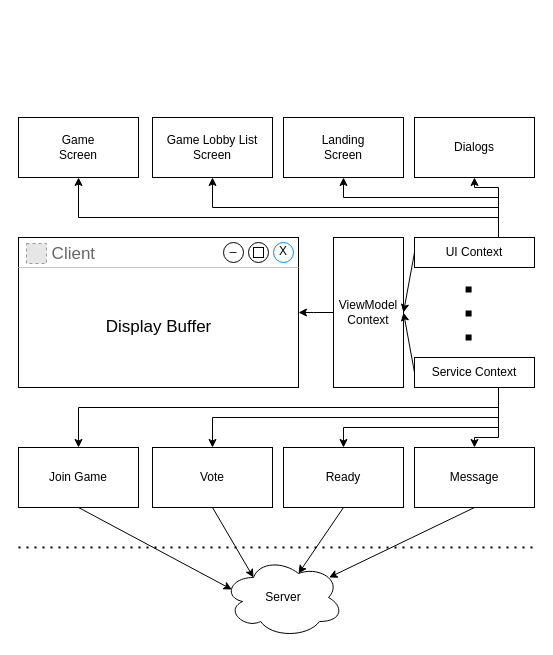
Before: Documentation/Drawio/ClientArchitecture.drawio in GeorgeVelikov/RLereWolf, a draw.io diagram. Source tidied: cells renumbered, new cells numbered last; positions are measured from the earlier drawing's top-left corner, leaving out a move shared by most shapes. Both pictures are drawn from the tidied source at 100%, with x=0, y=0 at pixel (18, 117). Pictures stored in the file or linked from it are replaced by grey dashed boxes.
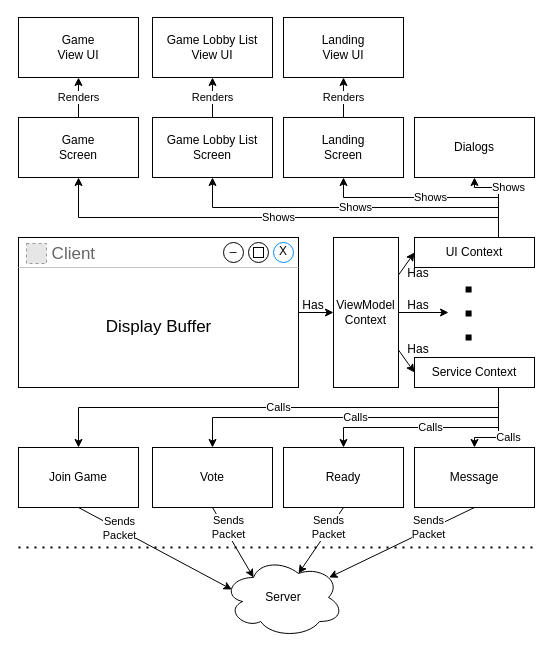
Above is the later version.

Commit message (it also covers changes not shown here):
Update client architecture with view rendering

The change refers to these unchanged cells:
```xml
<mxCell id="2" value="&amp;nbsp; &amp;nbsp; &amp;nbsp;Client" style="strokeWidth=1;shadow=0;dashed=0;align=center;html=1;shape=mxgraph.mockup.containers.window;align=left;verticalAlign=top;spacingLeft=8;strokeColor2=#008cff;strokeColor3=#c4c4c4;fontColor=#666666;mainText=;fontSize=17;labelBackgroundColor=none;" parent="1" vertex="1">
  <mxGeometry y="120" width="280" height="150" as="geometry" />
</mxCell>
<mxCell id="5" value="Landing&lt;br&gt;Screen" style="rounded=0;whiteSpace=wrap;html=1;" parent="1" vertex="1">
  <mxGeometry x="265" width="120" height="60" as="geometry" />
</mxCell>
<mxCell id="6" value="Game Lobby List Screen" style="rounded=0;whiteSpace=wrap;html=1;" parent="1" vertex="1">
  <mxGeometry x="134" width="120" height="60" as="geometry" />
</mxCell>
<mxCell id="7" value="Game&lt;br&gt;Screen" style="rounded=0;whiteSpace=wrap;html=1;" parent="1" vertex="1">
  <mxGeometry width="120" height="60" as="geometry" />
</mxCell>
<mxCell id="14" value="UI Context" style="rounded=0;whiteSpace=wrap;html=1;" parent="1" vertex="1">
  <mxGeometry x="396" y="120" width="120" height="30" as="geometry" />
</mxCell>
<mxCell id="19" value="Service Context" style="rounded=0;whiteSpace=wrap;html=1;" parent="1" vertex="1">
  <mxGeometry x="396" y="240" width="120" height="30" as="geometry" />
</mxCell>
<mxCell id="22" value="Dialogs" style="rounded=0;whiteSpace=wrap;html=1;" parent="1" vertex="1">
  <mxGeometry x="396" width="120" height="60" as="geometry" />
</mxCell>
<mxCell id="23" value="Join Game" style="rounded=0;whiteSpace=wrap;html=1;" parent="1" vertex="1">
  <mxGeometry y="330" width="120" height="60" as="geometry" />
</mxCell>
<mxCell id="24" value="Vote" style="rounded=0;whiteSpace=wrap;html=1;" parent="1" vertex="1">
  <mxGeometry x="134" y="330" width="120" height="60" as="geometry" />
</mxCell>
<mxCell id="25" value="Ready" style="rounded=0;whiteSpace=wrap;html=1;" parent="1" vertex="1">
  <mxGeometry x="265" y="330" width="120" height="60" as="geometry" />
</mxCell>
<mxCell id="26" value="Message" style="rounded=0;whiteSpace=wrap;html=1;" parent="1" vertex="1">
  <mxGeometry x="396" y="330" width="120" height="60" as="geometry" />
</mxCell>
<mxCell id="30" value="Server" style="ellipse;shape=cloud;whiteSpace=wrap;html=1;" parent="1" vertex="1">
  <mxGeometry x="205" y="440" width="120" height="80" as="geometry" />
</mxCell>
```

Change to the diagram source:
```diff
@@
+    <mxCell id="37" style="edgeStyle=orthogonalEdgeStyle;rounded=0;jettySize=auto;html=1;entryX=0;entryY=0.5;entryDx=0;entryDy=0;strokeWidth=1;" parent="1" edge="1" source="2" target="9">
+      <mxGeometry relative="1" as="geometry" />
+    </mxCell>
@@
+    <mxCell id="38" value="Renders" style="edgeStyle=orthogonalEdgeStyle;rounded=0;jettySize=auto;html=1;strokeWidth=1;" parent="1" edge="1" source="5" target="44">
+      <mxGeometry relative="1" as="geometry" />
+    </mxCell>
@@
+    <mxCell id="39" value="Renders" style="edgeStyle=orthogonalEdgeStyle;rounded=0;jettySize=auto;html=1;strokeWidth=1;" parent="1" edge="1" source="6" target="43">
+      <mxGeometry relative="1" as="geometry" />
+    </mxCell>
@@
+    <mxCell id="40" value="Renders" style="edgeStyle=orthogonalEdgeStyle;rounded=0;jettySize=auto;html=1;strokeWidth=1;" parent="1" edge="1" source="7" target="42">
+      <mxGeometry relative="1" as="geometry" />
+    </mxCell>
@@
-    <mxCell id="8" style="edgeStyle=orthogonalEdgeStyle;rounded=0;jettySize=auto;html=1;" parent="1" edge="1" source="9">
-      <mxGeometry relative="1" as="geometry">
-        <mxPoint x="280" y="195" as="targetPoint" />
-      </mxGeometry>
-    </mxCell>
     <mxCell id="9" value="ViewModel&lt;br&gt;Context" style="rounded=0;whiteSpace=wrap;html=1;" parent="1" vertex="1">
-      <mxGeometry x="315" y="120" width="70" height="150" as="geometry" />
+      <mxGeometry x="315" y="120" width="65" height="150" as="geometry" />
     </mxCell>
-    <mxCell id="10" style="edgeStyle=orthogonalEdgeStyle;rounded=0;jettySize=auto;html=1;entryX=0.5;entryY=1;entryDx=0;entryDy=0;" parent="1" edge="1" source="14" target="5">
+    <mxCell id="10" value="Shows" style="edgeStyle=orthogonalEdgeStyle;rounded=0;jettySize=auto;html=1;entryX=0.5;entryY=1;entryDx=0;entryDy=0;" parent="1" edge="1" source="14" target="5">
       <mxGeometry relative="1" as="geometry">
         <Array as="points">
           <mxPoint x="480" y="80" />
           <mxPoint x="325" y="80" />
         </Array>
       </mxGeometry>
     </mxCell>
-    <mxCell id="11" style="edgeStyle=orthogonalEdgeStyle;rounded=0;jettySize=auto;html=1;entryX=0.5;entryY=1;entryDx=0;entryDy=0;" parent="1" edge="1" source="14" target="6">
+    <mxCell id="11" value="Shows" style="edgeStyle=orthogonalEdgeStyle;rounded=0;jettySize=auto;html=1;entryX=0.5;entryY=1;entryDx=0;entryDy=0;" parent="1" edge="1" source="14" target="6">
       <mxGeometry relative="1" as="geometry">
         <Array as="points">
           <mxPoint x="480" y="90" />
           <mxPoint x="194" y="90" />
         </Array>
       </mxGeometry>
     </mxCell>
-    <mxCell id="12" style="edgeStyle=orthogonalEdgeStyle;rounded=0;jettySize=auto;html=1;entryX=0.5;entryY=1;entryDx=0;entryDy=0;" parent="1" edge="1" source="14" target="7">
+    <mxCell id="12" value="Shows" style="edgeStyle=orthogonalEdgeStyle;rounded=0;jettySize=auto;html=1;entryX=0.5;entryY=1;entryDx=0;entryDy=0;" parent="1" edge="1" source="14" target="7">
       <mxGeometry relative="1" as="geometry">
         <Array as="points">
           <mxPoint x="480" y="100" />
           <mxPoint x="60" y="100" />
         </Array>
       </mxGeometry>
     </mxCell>
-    <mxCell id="13" style="edgeStyle=orthogonalEdgeStyle;rounded=0;jettySize=auto;html=1;entryX=0.5;entryY=1;entryDx=0;entryDy=0;" parent="1" edge="1" source="14" target="22">
-      <mxGeometry relative="1" as="geometry">
+    <mxCell id="13" value="Shows" style="edgeStyle=orthogonalEdgeStyle;rounded=0;jettySize=auto;html=1;entryX=0.5;entryY=1;entryDx=0;entryDy=0;" parent="1" edge="1" source="14" target="22">
+      <mxGeometry x="0.19" y="-10" relative="1" as="geometry">
         <Array as="points">
           <mxPoint x="480" y="70" />
           <mxPoint x="456" y="70" />
         </Array>
+        <mxPoint x="10" y="10" as="offset" />
       </mxGeometry>
     </mxCell>
@@
-    <mxCell id="15" style="edgeStyle=orthogonalEdgeStyle;rounded=0;jettySize=auto;html=1;" parent="1" edge="1" source="19" target="23">
+    <mxCell id="15" value="Calls" style="edgeStyle=orthogonalEdgeStyle;rounded=0;jettySize=auto;html=1;" parent="1" edge="1" source="19" target="23">
       <mxGeometry relative="1" as="geometry">
         <Array as="points">
           <mxPoint x="480" y="290" />
           <mxPoint x="60" y="290" />
         </Array>
       </mxGeometry>
     </mxCell>
-    <mxCell id="16" style="edgeStyle=orthogonalEdgeStyle;rounded=0;jettySize=auto;html=1;" parent="1" edge="1" source="19" target="26">
-      <mxGeometry relative="1" as="geometry">
+    <mxCell id="16" value="Calls" style="edgeStyle=orthogonalEdgeStyle;rounded=0;jettySize=auto;html=1;" parent="1" edge="1" source="19" target="26">
+      <mxGeometry x="0.19" y="-10" relative="1" as="geometry">
         <Array as="points">
           <mxPoint x="480" y="320" />
           <mxPoint x="456" y="320" />
         </Array>
+        <mxPoint x="10" y="10" as="offset" />
       </mxGeometry>
     </mxCell>
-    <mxCell id="17" style="edgeStyle=orthogonalEdgeStyle;rounded=0;jettySize=auto;html=1;" parent="1" edge="1" source="19" target="25">
+    <mxCell id="17" value="Calls" style="edgeStyle=orthogonalEdgeStyle;rounded=0;jettySize=auto;html=1;" parent="1" edge="1" source="19" target="25">
       <mxGeometry relative="1" as="geometry">
         <Array as="points">
           <mxPoint x="480" y="310" />
           <mxPoint x="325" y="310" />
         </Array>
       </mxGeometry>
     </mxCell>
-    <mxCell id="18" style="edgeStyle=orthogonalEdgeStyle;rounded=0;jettySize=auto;html=1;entryX=0.5;entryY=0;entryDx=0;entryDy=0;" parent="1" edge="1" source="19" target="24">
+    <mxCell id="18" value="Calls" style="edgeStyle=orthogonalEdgeStyle;rounded=0;jettySize=auto;html=1;entryX=0.5;entryY=0;entryDx=0;entryDy=0;" parent="1" edge="1" source="19" target="24">
       <mxGeometry relative="1" as="geometry">
         <Array as="points">
           <mxPoint x="480" y="300" />
           <mxPoint x="194" y="300" />
         </Array>
       </mxGeometry>
     </mxCell>
@@
-    <mxCell id="20" style="endArrow=classic;html=1;exitX=0;exitY=0.5;exitDx=0;exitDy=0;entryX=1;entryY=0.5;entryDx=0;entryDy=0;" parent="1" edge="1" source="14" target="9">
-      <mxGeometry relative="1" as="geometry" />
-    </mxCell>
-    <mxCell id="21" style="endArrow=classic;html=1;exitX=0;exitY=0.5;exitDx=0;exitDy=0;entryX=1;entryY=0.5;entryDx=0;entryDy=0;" parent="1" edge="1" source="19" target="9">
-      <mxGeometry relative="1" as="geometry" />
-    </mxCell>
@@
     <mxCell id="31" style="endArrow=classic;html=1;exitX=0.5;exitY=1;exitDx=0;exitDy=0;entryX=0.07;entryY=0.4;entryDx=0;entryDy=0;entryPerimeter=0;" parent="1" edge="1" source="23" target="30">
-      <mxGeometry relative="1" as="geometry" />
+      <mxGeometry x="-0.53" y="-35" relative="1" as="geometry" />
     </mxCell>
+    <mxCell id="41" value="&lt;span style=&quot;font-family: &amp;#34;helvetica&amp;#34;&quot;&gt;Sends&lt;/span&gt;&lt;br style=&quot;font-family: &amp;#34;helvetica&amp;#34;&quot;&gt;&lt;span style=&quot;font-family: &amp;#34;helvetica&amp;#34;&quot;&gt;Packet&lt;/span&gt;" style="edgeLabel;html=1;align=center;verticalAlign=middle;" parent="31" vertex="1">
+      <mxGeometry x="-0.37" y="-1" relative="1" as="geometry">
+        <mxPoint x="-7.9" y="-6.7" as="offset" />
+      </mxGeometry>
+    </mxCell>
-    <mxCell id="32" style="endArrow=classic;html=1;exitX=0.5;exitY=1;exitDx=0;exitDy=0;entryX=0.25;entryY=0.25;entryDx=0;entryDy=0;entryPerimeter=0;" parent="1" edge="1" source="24" target="30">
-      <mxGeometry relative="1" as="geometry" />
+    <mxCell id="32" value="&lt;span style=&quot;font-family: &amp;#34;helvetica&amp;#34;&quot;&gt;Sends&lt;/span&gt;&lt;br style=&quot;font-family: &amp;#34;helvetica&amp;#34;&quot;&gt;&lt;span style=&quot;font-family: &amp;#34;helvetica&amp;#34;&quot;&gt;Packet&lt;/span&gt;" style="endArrow=classic;html=1;exitX=0.5;exitY=1;exitDx=0;exitDy=0;entryX=0.25;entryY=0.25;entryDx=0;entryDy=0;entryPerimeter=0;" parent="1" edge="1" source="24" target="30">
+      <mxGeometry x="-0.38" y="4" relative="1" as="geometry" />
     </mxCell>
-    <mxCell id="33" style="endArrow=classic;html=1;exitX=0.5;exitY=1;exitDx=0;exitDy=0;entryX=0.625;entryY=0.2;entryDx=0;entryDy=0;entryPerimeter=0;" parent="1" edge="1" source="25" target="30">
-      <mxGeometry relative="1" as="geometry" />
+    <mxCell id="33" value="&lt;span style=&quot;font-family: &amp;#34;helvetica&amp;#34;&quot;&gt;Sends&lt;/span&gt;&lt;br style=&quot;font-family: &amp;#34;helvetica&amp;#34;&quot;&gt;&lt;span style=&quot;font-family: &amp;#34;helvetica&amp;#34;&quot;&gt;Packet&lt;/span&gt;" style="endArrow=classic;html=1;exitX=0.5;exitY=1;exitDx=0;exitDy=0;entryX=0.625;entryY=0.2;entryDx=0;entryDy=0;entryPerimeter=0;" parent="1" edge="1" source="25" target="30">
+      <mxGeometry x="-0.37" y="-1" relative="1" as="geometry" />
     </mxCell>
-    <mxCell id="34" style="endArrow=classic;html=1;exitX=0.5;exitY=1;exitDx=0;exitDy=0;entryX=0.88;entryY=0.25;entryDx=0;entryDy=0;entryPerimeter=0;" parent="1" edge="1" source="26" target="30">
-      <mxGeometry relative="1" as="geometry" />
+    <mxCell id="34" value="Sends&lt;br&gt;Packet" style="endArrow=classic;html=1;exitX=0.5;exitY=1;exitDx=0;exitDy=0;entryX=0.88;entryY=0.25;entryDx=0;entryDy=0;entryPerimeter=0;" parent="1" edge="1" source="26" target="30">
+      <mxGeometry x="-0.38" y="-2" relative="1" as="geometry" />
     </mxCell>
@@
+    <mxCell id="42" value="Game&lt;br&gt;View UI" style="rounded=0;whiteSpace=wrap;html=1;" parent="1" vertex="1">
+      <mxGeometry y="-100" width="120" height="60" as="geometry" />
+    </mxCell>
+    <mxCell id="43" value="Game Lobby List&lt;br&gt;View UI" style="rounded=0;whiteSpace=wrap;html=1;" parent="1" vertex="1">
+      <mxGeometry x="134" y="-100" width="120" height="60" as="geometry" />
+    </mxCell>
+    <mxCell id="44" value="Landing&lt;br&gt;View UI" style="rounded=0;whiteSpace=wrap;html=1;" parent="1" vertex="1">
+      <mxGeometry x="265" y="-100" width="120" height="60" as="geometry" />
+    </mxCell>
+    <mxCell id="45" value="Has" style="text;html=1;strokeColor=none;fillColor=none;align=center;verticalAlign=middle;whiteSpace=wrap;rounded=0;" parent="1" vertex="1">
+      <mxGeometry x="275" y="178" width="40" height="20" as="geometry" />
+    </mxCell>
+    <mxCell id="46" style="endArrow=classic;html=1;strokeWidth=1;exitX=1;exitY=0.25;exitDx=0;exitDy=0;entryX=0;entryY=0.5;entryDx=0;entryDy=0;" parent="1" edge="1" source="9" target="14">
+      <mxGeometry relative="1" as="geometry" />
+    </mxCell>
+    <mxCell id="47" style="endArrow=classic;html=1;strokeWidth=1;exitX=1;exitY=0.75;exitDx=0;exitDy=0;entryX=0;entryY=0.5;entryDx=0;entryDy=0;" parent="1" edge="1" source="9" target="19">
+      <mxGeometry relative="1" as="geometry" />
+    </mxCell>
+    <mxCell id="48" style="endArrow=classic;html=1;strokeWidth=1;exitX=1;exitY=0.5;exitDx=0;exitDy=0;" parent="1" edge="1" source="9">
+      <mxGeometry relative="1" as="geometry">
+        <mxPoint x="430" y="195" as="targetPoint" />
+      </mxGeometry>
+    </mxCell>
+    <mxCell id="49" value="Has" style="text;html=1;strokeColor=none;fillColor=none;align=center;verticalAlign=middle;whiteSpace=wrap;rounded=0;" parent="1" vertex="1">
+      <mxGeometry x="380" y="178" width="40" height="20" as="geometry" />
+    </mxCell>
+    <mxCell id="50" value="Has" style="text;html=1;strokeColor=none;fillColor=none;align=center;verticalAlign=middle;whiteSpace=wrap;rounded=0;" parent="1" vertex="1">
+      <mxGeometry x="380" y="222" width="40" height="20" as="geometry" />
+    </mxCell>
+    <mxCell id="51" value="Has" style="text;html=1;strokeColor=none;fillColor=none;align=center;verticalAlign=middle;whiteSpace=wrap;rounded=0;" parent="1" vertex="1">
+      <mxGeometry x="380" y="146" width="40" height="20" as="geometry" />
+    </mxCell>
```
